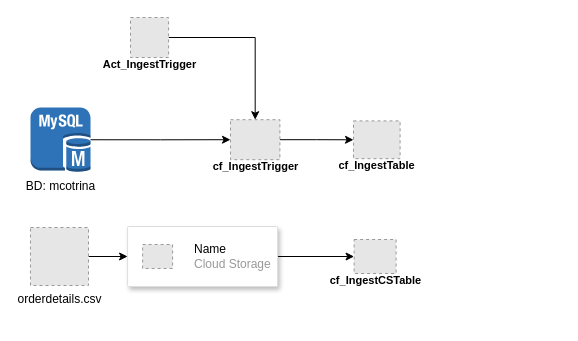
Before: Esquema_proyecto_final.drawio in dbarretol/URP_GCP_BDyAN, a draw.io diagram. Source tidied: cells renumbered, new cells numbered last; positions are measured from the earlier drawing's top-left corner, leaving out a move shared by most shapes. Both pictures are drawn from the tidied source at 100%, with x=0, y=0 at pixel (30, 17). Pictures stored in the file or linked from it are replaced by grey dashed boxes.
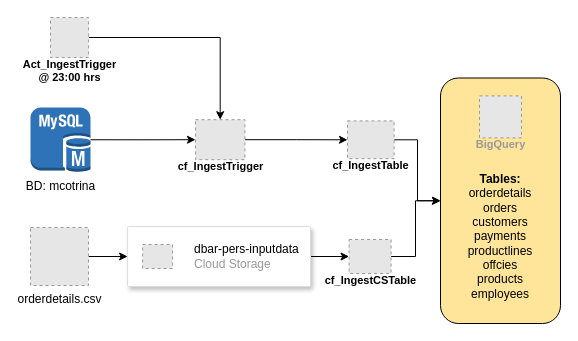
The same page after the edit.

Change to the diagram source:
```diff
@@
     <mxCell id="7" value="&lt;font color=&quot;#000000&quot;&gt;cf_IngestTrigger&lt;/font&gt;" style="fillColor=#E6E6E6;strokeColor=#999999;dashed=1;html=1;verticalAlign=top;labelPosition=center;verticalLabelPosition=bottom;align=center;spacingTop=-6;fontSize=11;fontStyle=1;fontColor=#999999;" parent="1" vertex="1">
-      <mxGeometry x="200" y="102.2" width="49.4" height="40" as="geometry" />
+      <mxGeometry x="165" y="102.2" width="49.4" height="40" as="geometry" />
     </mxCell>
@@
-    <mxCell id="9" value="&lt;font color=&quot;#000000&quot;&gt;Act_IngestTrigger&lt;/font&gt;" style="fillColor=#E6E6E6;strokeColor=#999999;dashed=1;html=1;verticalAlign=top;labelPosition=center;verticalLabelPosition=bottom;align=center;spacingTop=-6;fontSize=11;fontStyle=1;fontColor=#999999;" parent="1" vertex="1">
-      <mxGeometry x="100" width="38.1" height="40" as="geometry" />
+    <mxCell id="9" value="&lt;font color=&quot;#000000&quot;&gt;Act_IngestTrigger&lt;/font&gt;&lt;div&gt;&lt;font color=&quot;#000000&quot;&gt;@ 23:00 hrs&lt;/font&gt;&lt;/div&gt;" style="fillColor=#E6E6E6;strokeColor=#999999;dashed=1;html=1;verticalAlign=top;labelPosition=center;verticalLabelPosition=bottom;align=center;spacingTop=-6;fontSize=11;fontStyle=1;fontColor=#999999;" parent="1" vertex="1">
+      <mxGeometry x="20" width="38.1" height="40" as="geometry" />
     </mxCell>
+    <mxCell id="15" style="edgeStyle=elbowEdgeStyle;rounded=0;jettySize=auto;html=1;exitX=1;exitY=0.5;exitDx=0;exitDy=0;entryX=0;entryY=0.5;entryDx=0;entryDy=0;" parent="1" edge="1" source="10" target="18">
+      <mxGeometry relative="1" as="geometry" />
+    </mxCell>
     <mxCell id="10" value="&lt;font color=&quot;#000000&quot;&gt;cf_IngestTable&lt;/font&gt;" style="fillColor=#E6E6E6;strokeColor=#999999;dashed=1;html=1;verticalAlign=top;labelPosition=center;verticalLabelPosition=bottom;align=center;spacingTop=-6;fontSize=11;fontStyle=1;fontColor=#999999;" parent="1" vertex="1">
-      <mxGeometry x="323" y="103.4" width="46.6" height="37.8" as="geometry" />
+      <mxGeometry x="317" y="103.4" width="46.6" height="37.8" as="geometry" />
     </mxCell>
+    <mxCell id="16" style="edgeStyle=elbowEdgeStyle;rounded=0;jettySize=auto;html=1;exitX=1;exitY=0.5;exitDx=0;exitDy=0;" parent="1" edge="1" source="11" target="18">
+      <mxGeometry relative="1" as="geometry" />
+    </mxCell>
     <mxCell id="11" value="&lt;font color=&quot;#000000&quot;&gt;cf_IngestCSTable&lt;/font&gt;" style="fillColor=#E6E6E6;strokeColor=#999999;dashed=1;html=1;verticalAlign=top;labelPosition=center;verticalLabelPosition=bottom;align=center;spacingTop=-6;fontSize=11;fontStyle=1;fontColor=#999999;" parent="1" vertex="1">
-      <mxGeometry x="323.6" y="222" width="42" height="34" as="geometry" />
+      <mxGeometry x="318.6" y="222" width="42" height="34" as="geometry" />
     </mxCell>
@@
     <mxCell id="13" style="strokeColor=#dddddd;shadow=1;strokeWidth=1;rounded=1;absoluteArcSize=1;arcSize=2;" parent="1" vertex="1">
-      <mxGeometry x="97.1" y="209" width="150" height="60" as="geometry" />
+      <mxGeometry x="97.1" y="209" width="182.9" height="60" as="geometry" />
     </mxCell>
-    <mxCell id="14" value="&lt;font color=&quot;#000000&quot;&gt;Name&lt;/font&gt;&lt;br&gt;Cloud Storage" style="fillColor=#E6E6E6;strokeColor=#999999;dashed=1;html=1;fontColor=#999999;verticalLabelPosition=middle;verticalAlign=middle;labelPosition=right;align=left;spacingLeft=20;" parent="13" vertex="1">
+    <mxCell id="14" value="&lt;div&gt;&lt;font color=&quot;#000000&quot;&gt;dbar-pers-inputdata&lt;/font&gt;&lt;/div&gt;Cloud Storage" style="fillColor=#E6E6E6;strokeColor=#999999;dashed=1;html=1;fontColor=#999999;verticalLabelPosition=middle;verticalAlign=middle;labelPosition=right;align=left;spacingLeft=20;" parent="13" vertex="1">
       <mxGeometry width="30" height="24" relative="1" as="geometry">
         <mxPoint x="15" y="18" as="offset" />
       </mxGeometry>
     </mxCell>
+    <mxCell id="17" style="group;" parent="1" vertex="1">
+      <mxGeometry x="410" y="60.5" width="120" height="245.5" as="geometry" />
+    </mxCell>
+    <mxCell id="18" value="&lt;div&gt;&lt;br&gt;&lt;/div&gt;&lt;div&gt;&lt;br&gt;&lt;/div&gt;&lt;div&gt;&lt;br&gt;&lt;/div&gt;&lt;div&gt;&lt;br&gt;&lt;/div&gt;&lt;div&gt;&lt;br&gt;&lt;/div&gt;&lt;div&gt;&lt;b style=&quot;background-color: initial;&quot;&gt;Tables:&lt;/b&gt;&lt;br&gt;&lt;/div&gt;&lt;div&gt;orderdetails&lt;div&gt;orders&lt;/div&gt;&lt;div&gt;customers&lt;/div&gt;&lt;div&gt;payments&lt;/div&gt;&lt;/div&gt;&lt;div&gt;productlines&lt;/div&gt;&lt;div&gt;offcies&lt;/div&gt;&lt;div&gt;products&lt;/div&gt;&lt;div&gt;employees&lt;/div&gt;" style="rounded=1;whiteSpace=wrap;html=1;imageVerticalAlign=middle;fillColor=#FFE599;align=center;" parent="17" vertex="1">
+      <mxGeometry width="120" height="245.5" as="geometry" />
+    </mxCell>
+    <mxCell id="19" value="BigQuery" style="fillColor=#E6E6E6;strokeColor=#999999;dashed=1;html=1;verticalAlign=top;labelPosition=center;verticalLabelPosition=bottom;align=center;spacingTop=-6;fontSize=11;fontStyle=1;fontColor=#999999;" parent="17" vertex="1">
+      <mxGeometry x="39" y="17.9" width="42" height="42" as="geometry" />
+    </mxCell>
```
